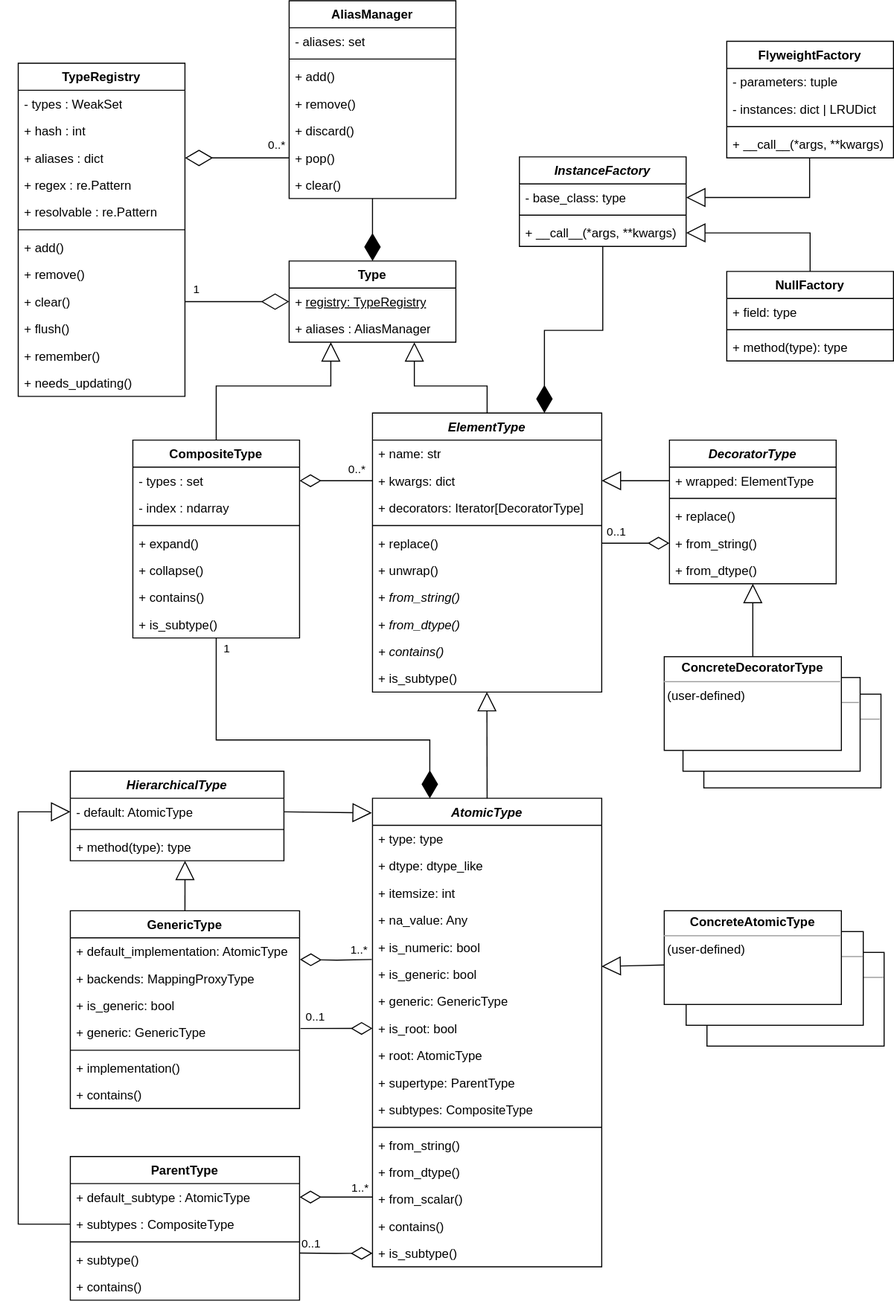
Earlier version of the draw.io export docs/source/images/types/Types_UML.svg (eerkela/bertrand). Source tidied: cells renumbered, new cells last; positions are measured from the earlier drawing's top-left corner, leaving out a move shared by most shapes.
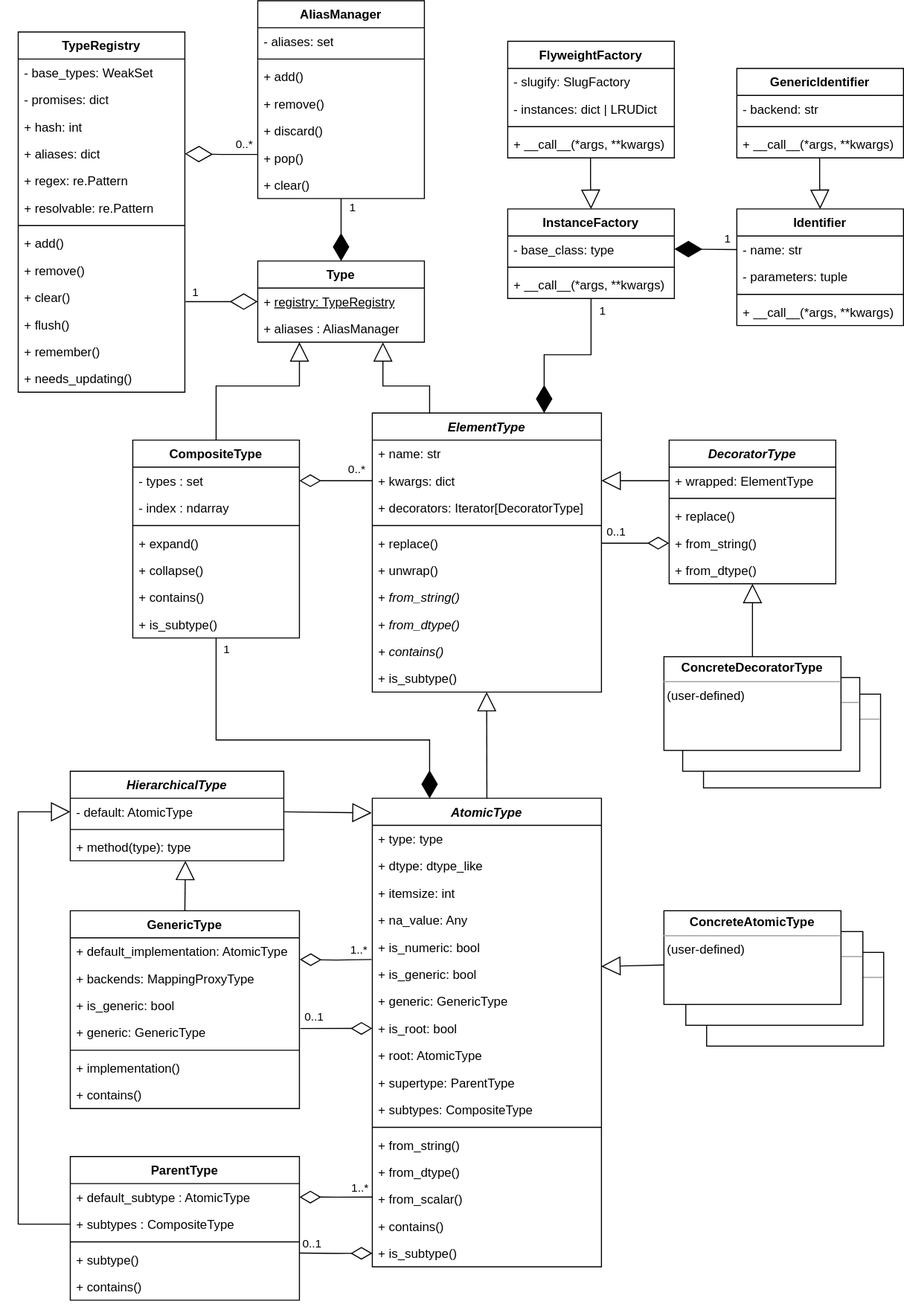
Above is the later version.

Change to the diagram source:
```diff
@@ -17,3 +17,3 @@
     <mxCell id="6" value="Type" style="swimlane;fontStyle=1;align=center;verticalAlign=top;horizontal=1;startSize=26;whiteSpace=wrap;html=1;swimlaneFillColor=none;" parent="1" vertex="1">
-      <mxGeometry x="260" y="250" width="160" height="78" as="geometry" />
+      <mxGeometry x="230" y="250" width="160" height="78" as="geometry" />
     </mxCell>
@@ -58,3 +58,3 @@
     </mxCell>
-    <mxCell id="20" style="endArrow=block;endSize=16;endFill=0;html=1;rounded=0;exitX=0.5;exitY=0;exitDx=0;exitDy=0;edgeStyle=elbowEdgeStyle;elbow=vertical;entryX=0.751;entryY=1.003;entryDx=0;entryDy=0;entryPerimeter=0;" parent="1" edge="1" source="9" target="8">
+    <mxCell id="20" style="endArrow=block;endSize=16;endFill=0;html=1;rounded=0;exitX=0.25;exitY=0;exitDx=0;exitDy=0;edgeStyle=elbowEdgeStyle;elbow=vertical;entryX=0.751;entryY=1.003;entryDx=0;entryDy=0;entryPerimeter=0;" parent="1" edge="1" source="9" target="8">
       <mxGeometry relative="1" as="geometry">
@@ -234,42 +234,45 @@
     <mxCell id="73" value="TypeRegistry" style="swimlane;fontStyle=1;align=center;verticalAlign=top;horizontal=1;startSize=26;whiteSpace=wrap;html=1;swimlaneFillColor=none;" parent="1" vertex="1">
-      <mxGeometry y="60" width="160" height="320" as="geometry" />
+      <mxGeometry y="30" width="160" height="346" as="geometry" />
     </mxCell>
-    <mxCell id="74" value="- types : WeakSet" style="text;strokeColor=none;fillColor=none;align=left;verticalAlign=top;spacingLeft=4;spacingRight=4;overflow=hidden;whiteSpace=wrap;html=1;" parent="73" vertex="1">
+    <mxCell id="74" value="- base_types: WeakSet" style="text;strokeColor=none;fillColor=none;align=left;verticalAlign=top;spacingLeft=4;spacingRight=4;overflow=hidden;whiteSpace=wrap;html=1;" parent="73" vertex="1">
       <mxGeometry y="26" width="160" height="26" as="geometry" />
     </mxCell>
+    <mxCell id="131" value="- promises: dict" style="text;strokeColor=none;fillColor=none;align=left;verticalAlign=top;spacingLeft=4;spacingRight=4;overflow=hidden;whiteSpace=wrap;html=1;" parent="73" vertex="1">
+      <mxGeometry y="52" width="160" height="26" as="geometry" />
+    </mxCell>
-    <mxCell id="75" value="+ hash : int" style="text;strokeColor=none;fillColor=none;align=left;verticalAlign=top;spacingLeft=4;spacingRight=4;overflow=hidden;whiteSpace=wrap;html=1;" parent="73" vertex="1">
-      <mxGeometry y="52" width="160" height="26" as="geometry" />
+    <mxCell id="75" value="+ hash: int" style="text;strokeColor=none;fillColor=none;align=left;verticalAlign=top;spacingLeft=4;spacingRight=4;overflow=hidden;whiteSpace=wrap;html=1;" parent="73" vertex="1">
+      <mxGeometry y="78" width="160" height="26" as="geometry" />
     </mxCell>
-    <mxCell id="76" value="+ aliases : dict" style="text;strokeColor=none;fillColor=none;align=left;verticalAlign=top;spacingLeft=4;spacingRight=4;overflow=hidden;points=[[0,0.5],[1,0.5]];portConstraint=eastwest;whiteSpace=wrap;html=1;" parent="73" vertex="1">
-      <mxGeometry y="78" width="160" height="26" as="geometry" />
+    <mxCell id="76" value="+ aliases: dict" style="text;strokeColor=none;fillColor=none;align=left;verticalAlign=top;spacingLeft=4;spacingRight=4;overflow=hidden;points=[[0,0.5],[1,0.5]];portConstraint=eastwest;whiteSpace=wrap;html=1;" parent="73" vertex="1">
+      <mxGeometry y="104" width="160" height="26" as="geometry" />
     </mxCell>
-    <mxCell id="77" value="+ regex : re.Pattern" style="text;strokeColor=none;fillColor=none;align=left;verticalAlign=top;spacingLeft=4;spacingRight=4;overflow=hidden;whiteSpace=wrap;html=1;" parent="73" vertex="1">
-      <mxGeometry y="104" width="160" height="26" as="geometry" />
+    <mxCell id="77" value="+ regex: re.Pattern" style="text;strokeColor=none;fillColor=none;align=left;verticalAlign=top;spacingLeft=4;spacingRight=4;overflow=hidden;whiteSpace=wrap;html=1;" parent="73" vertex="1">
+      <mxGeometry y="130" width="160" height="26" as="geometry" />
     </mxCell>
-    <mxCell id="78" value="+ resolvable : re.Pattern" style="text;strokeColor=none;fillColor=none;align=left;verticalAlign=top;spacingLeft=4;spacingRight=4;overflow=hidden;whiteSpace=wrap;html=1;" parent="73" vertex="1">
-      <mxGeometry y="130" width="160" height="26" as="geometry" />
+    <mxCell id="78" value="+ resolvable: re.Pattern" style="text;strokeColor=none;fillColor=none;align=left;verticalAlign=top;spacingLeft=4;spacingRight=4;overflow=hidden;whiteSpace=wrap;html=1;" parent="73" vertex="1">
+      <mxGeometry y="156" width="160" height="26" as="geometry" />
     </mxCell>
     <mxCell id="79" style="line;strokeWidth=1;fillColor=none;align=left;verticalAlign=middle;spacingTop=-1;spacingLeft=3;spacingRight=3;labelPosition=right;strokeColor=inherit;" parent="73" vertex="1">
-      <mxGeometry y="156" width="160" height="8" as="geometry" />
+      <mxGeometry y="182" width="160" height="8" as="geometry" />
     </mxCell>
     <mxCell id="80" value="+ add()" style="text;strokeColor=none;fillColor=none;align=left;verticalAlign=top;spacingLeft=4;spacingRight=4;overflow=hidden;whiteSpace=wrap;html=1;" parent="73" vertex="1">
-      <mxGeometry y="164" width="160" height="26" as="geometry" />
+      <mxGeometry y="190" width="160" height="26" as="geometry" />
     </mxCell>
     <mxCell id="81" value="+ remove()" style="text;strokeColor=none;fillColor=none;align=left;verticalAlign=top;spacingLeft=4;spacingRight=4;overflow=hidden;whiteSpace=wrap;html=1;" parent="73" vertex="1">
-      <mxGeometry y="190" width="160" height="26" as="geometry" />
+      <mxGeometry y="216" width="160" height="26" as="geometry" />
     </mxCell>
     <mxCell id="82" value="+ clear()" style="text;strokeColor=none;fillColor=none;align=left;verticalAlign=top;spacingLeft=4;spacingRight=4;overflow=hidden;points=[[0,0.5],[1,0.5]];portConstraint=eastwest;whiteSpace=wrap;html=1;" parent="73" vertex="1">
-      <mxGeometry y="216" width="160" height="26" as="geometry" />
+      <mxGeometry y="242" width="160" height="26" as="geometry" />
     </mxCell>
     <mxCell id="83" value="+ flush()" style="text;strokeColor=none;fillColor=none;align=left;verticalAlign=top;spacingLeft=4;spacingRight=4;overflow=hidden;whiteSpace=wrap;html=1;" parent="73" vertex="1">
-      <mxGeometry y="242" width="160" height="26" as="geometry" />
+      <mxGeometry y="268" width="160" height="26" as="geometry" />
     </mxCell>
     <mxCell id="84" value="+ remember()" style="text;strokeColor=none;fillColor=none;align=left;verticalAlign=top;spacingLeft=4;spacingRight=4;overflow=hidden;whiteSpace=wrap;html=1;" parent="73" vertex="1">
-      <mxGeometry y="268" width="160" height="26" as="geometry" />
+      <mxGeometry y="294" width="160" height="26" as="geometry" />
     </mxCell>
     <mxCell id="85" value="+ needs_updating()" style="text;strokeColor=none;fillColor=none;align=left;verticalAlign=top;spacingLeft=4;spacingRight=4;overflow=hidden;whiteSpace=wrap;html=1;" parent="73" vertex="1">
-      <mxGeometry y="294" width="160" height="26" as="geometry" />
+      <mxGeometry y="320" width="160" height="26" as="geometry" />
     </mxCell>
     <mxCell id="86" value="AliasManager" style="swimlane;fontStyle=1;align=center;verticalAlign=top;horizontal=1;startSize=26;whiteSpace=wrap;html=1;swimlaneFillColor=none;" parent="1" vertex="1">
-      <mxGeometry x="260" width="160" height="190" as="geometry" />
+      <mxGeometry x="230" width="160" height="190" as="geometry" />
     </mxCell>
@@ -296,3 +299,3 @@
     </mxCell>
-    <mxCell id="94" style="endArrow=diamondThin;endFill=0;endSize=24;html=1;rounded=0;entryX=0;entryY=0.5;entryDx=0;entryDy=0;exitX=1;exitY=0.5;exitDx=0;exitDy=0;" parent="1" edge="1" source="82" target="7">
+    <mxCell id="94" style="endArrow=diamondThin;endFill=0;endSize=24;html=1;rounded=0;entryX=0;entryY=0.5;entryDx=0;entryDy=0;exitX=1.004;exitY=0.653;exitDx=0;exitDy=0;exitPerimeter=0;" parent="1" edge="1" source="82" target="7">
       <mxGeometry relative="1" as="geometry" />
@@ -301,3 +304,3 @@
       <mxGeometry x="-0.34" relative="1" as="geometry">
-        <mxPoint x="-23" y="-13" as="offset" />
+        <mxPoint x="-14" y="-10" as="offset" />
       </mxGeometry>
@@ -307,3 +310,8 @@
     </mxCell>
+    <mxCell id="132" value="1" style="edgeLabel;html=1;align=center;verticalAlign=middle;" parent="96" vertex="1">
+      <mxGeometry x="-0.68" relative="1" as="geometry">
+        <mxPoint x="10" y="-1" as="offset" />
+      </mxGeometry>
+    </mxCell>
-    <mxCell id="97" style="endArrow=diamondThin;endFill=0;endSize=24;html=1;rounded=0;entryX=1;entryY=0.5;entryDx=0;entryDy=0;exitX=0;exitY=0.5;exitDx=0;exitDy=0;edgeStyle=elbowEdgeStyle;" parent="1" edge="1" source="92" target="76">
+    <mxCell id="97" style="endArrow=diamondThin;endFill=0;endSize=24;html=1;rounded=0;entryX=1;entryY=0.5;entryDx=0;entryDy=0;exitX=0;exitY=0.372;exitDx=0;exitDy=0;edgeStyle=elbowEdgeStyle;exitPerimeter=0;" parent="1" edge="1" source="92" target="76">
       <mxGeometry relative="1" as="geometry" />
@@ -312,3 +320,3 @@
       <mxGeometry x="-0.66" relative="1" as="geometry">
-        <mxPoint x="4" y="-13" as="offset" />
+        <mxPoint x="-2" y="-10" as="offset" />
       </mxGeometry>
@@ -373,4 +381,4 @@
     </mxCell>
-    <mxCell id="115" value="&lt;i&gt;InstanceFactory&lt;/i&gt;" style="swimlane;fontStyle=1;align=center;verticalAlign=top;horizontal=1;startSize=26;whiteSpace=wrap;html=1;" parent="1" vertex="1">
-      <mxGeometry x="481" y="150" width="160" height="86" as="geometry" />
+    <mxCell id="115" value="InstanceFactory" style="swimlane;fontStyle=1;align=center;verticalAlign=top;horizontal=1;startSize=26;whiteSpace=wrap;html=1;" parent="1" vertex="1">
+      <mxGeometry x="470" y="200" width="160" height="86" as="geometry" />
     </mxCell>
@@ -385,9 +393,18 @@
     </mxCell>
-    <mxCell id="119" style="endArrow=diamondThin;endFill=1;endSize=24;html=1;rounded=0;entryX=0.75;entryY=0;entryDx=0;entryDy=0;edgeStyle=elbowEdgeStyle;elbow=vertical;" parent="1" edge="1" source="118" target="9">
-      <mxGeometry relative="1" as="geometry" />
+    <mxCell id="119" style="endArrow=diamondThin;endFill=1;endSize=24;html=1;rounded=0;entryX=0.75;entryY=0;entryDx=0;entryDy=0;edgeStyle=elbowEdgeStyle;elbow=vertical;exitX=0.5;exitY=1;exitDx=0;exitDy=0;" parent="1" edge="1" source="115" target="9">
+      <mxGeometry relative="1" as="geometry">
+        <Array as="points">
+          <mxPoint x="500" y="340" />
+        </Array>
+      </mxGeometry>
     </mxCell>
+    <mxCell id="133" value="1" style="edgeLabel;html=1;align=center;verticalAlign=middle;" parent="119" vertex="1">
+      <mxGeometry x="-0.85" y="-1" relative="1" as="geometry">
+        <mxPoint x="11" as="offset" />
+      </mxGeometry>
+    </mxCell>
     <mxCell id="120" value="FlyweightFactory" style="swimlane;fontStyle=1;align=center;verticalAlign=top;horizontal=1;startSize=26;whiteSpace=wrap;html=1;" parent="1" vertex="1">
-      <mxGeometry x="680" y="39" width="160" height="112" as="geometry" />
+      <mxGeometry x="470" y="39" width="160" height="112" as="geometry" />
     </mxCell>
-    <mxCell id="121" value="- parameters: tuple" style="text;strokeColor=none;fillColor=none;align=left;verticalAlign=top;spacingLeft=4;spacingRight=4;overflow=hidden;whiteSpace=wrap;html=1;" parent="120" vertex="1">
+    <mxCell id="121" value="- slugify: SlugFactory" style="text;strokeColor=none;fillColor=none;align=left;verticalAlign=top;spacingLeft=4;spacingRight=4;overflow=hidden;whiteSpace=wrap;html=1;" parent="120" vertex="1">
       <mxGeometry y="26" width="160" height="26" as="geometry" />
@@ -403,28 +420,43 @@
     </mxCell>
-    <mxCell id="125" value="NullFactory" style="swimlane;fontStyle=1;align=center;verticalAlign=top;horizontal=1;startSize=26;whiteSpace=wrap;html=1;" parent="1" vertex="1">
-      <mxGeometry x="680" y="260" width="160" height="86" as="geometry" />
-    </mxCell>
-    <mxCell id="126" value="+ field: type" style="text;strokeColor=none;fillColor=none;align=left;verticalAlign=top;spacingLeft=4;spacingRight=4;overflow=hidden;whiteSpace=wrap;html=1;" parent="125" vertex="1">
-      <mxGeometry y="26" width="160" height="26" as="geometry" />
-    </mxCell>
+    <mxCell id="129" style="endArrow=block;endSize=16;endFill=0;html=1;rounded=0;exitX=0.497;exitY=1.008;exitDx=0;exitDy=0;edgeStyle=elbowEdgeStyle;elbow=vertical;entryX=0.5;entryY=0;entryDx=0;entryDy=0;exitPerimeter=0;" parent="1" edge="1" source="124" target="115">
+      <mxGeometry relative="1" as="geometry" />
+    </mxCell>
+    <mxCell id="134" value="Identifier" style="swimlane;fontStyle=1;align=center;verticalAlign=top;horizontal=1;startSize=26;whiteSpace=wrap;html=1;" parent="1" vertex="1">
+      <mxGeometry x="690" y="200" width="160" height="112" as="geometry" />
+    </mxCell>
+    <mxCell id="135" value="- name: str" style="text;strokeColor=none;fillColor=none;align=left;verticalAlign=top;spacingLeft=4;spacingRight=4;overflow=hidden;points=[[0,0.5],[1,0.5]];portConstraint=eastwest;whiteSpace=wrap;html=1;" parent="134" vertex="1">
+      <mxGeometry y="26" width="160" height="26" as="geometry" />
+    </mxCell>
+    <mxCell id="136" value="- parameters: tuple" style="text;strokeColor=none;fillColor=none;align=left;verticalAlign=top;spacingLeft=4;spacingRight=4;overflow=hidden;whiteSpace=wrap;html=1;" parent="134" vertex="1">
+      <mxGeometry y="52" width="160" height="26" as="geometry" />
+    </mxCell>
+    <mxCell id="137" style="line;strokeWidth=1;fillColor=none;align=left;verticalAlign=middle;spacingTop=-1;spacingLeft=3;spacingRight=3;labelPosition=right;strokeColor=inherit;" parent="134" vertex="1">
+      <mxGeometry y="78" width="160" height="8" as="geometry" />
+    </mxCell>
+    <mxCell id="138" value="+ __call__(*args, **kwargs)" style="text;strokeColor=none;fillColor=none;align=left;verticalAlign=top;spacingLeft=4;spacingRight=4;overflow=hidden;whiteSpace=wrap;html=1;" parent="134" vertex="1">
+      <mxGeometry y="86" width="160" height="26" as="geometry" />
+    </mxCell>
+    <mxCell id="139" value="GenericIdentifier" style="swimlane;fontStyle=1;align=center;verticalAlign=top;horizontal=1;startSize=26;whiteSpace=wrap;html=1;" parent="1" vertex="1">
+      <mxGeometry x="690" y="65" width="160" height="86" as="geometry" />
+    </mxCell>
+    <mxCell id="140" value="- backend: str" style="text;strokeColor=none;fillColor=none;align=left;verticalAlign=top;spacingLeft=4;spacingRight=4;overflow=hidden;whiteSpace=wrap;html=1;" parent="139" vertex="1">
+      <mxGeometry y="26" width="160" height="26" as="geometry" />
+    </mxCell>
-    <mxCell id="127" style="line;strokeWidth=1;fillColor=none;align=left;verticalAlign=middle;spacingTop=-1;spacingLeft=3;spacingRight=3;labelPosition=right;strokeColor=inherit;" parent="125" vertex="1">
+    <mxCell id="127" style="line;strokeWidth=1;fillColor=none;align=left;verticalAlign=middle;spacingTop=-1;spacingLeft=3;spacingRight=3;labelPosition=right;strokeColor=inherit;" parent="139" vertex="1">
       <mxGeometry y="52" width="160" height="8" as="geometry" />
     </mxCell>
-    <mxCell id="128" value="+ method(type): type" style="text;strokeColor=none;fillColor=none;align=left;verticalAlign=top;spacingLeft=4;spacingRight=4;overflow=hidden;whiteSpace=wrap;html=1;" parent="125" vertex="1">
-      <mxGeometry y="60" width="160" height="26" as="geometry" />
-    </mxCell>
-    <mxCell id="129" style="endArrow=block;endSize=16;endFill=0;html=1;rounded=0;exitX=0.497;exitY=1.008;exitDx=0;exitDy=0;edgeStyle=elbowEdgeStyle;elbow=vertical;entryX=1;entryY=0.5;entryDx=0;entryDy=0;exitPerimeter=0;" parent="1" edge="1" source="124" target="116">
-      <mxGeometry relative="1" as="geometry">
-        <Array as="points">
-          <mxPoint x="700" y="189" />
-        </Array>
-      </mxGeometry>
-    </mxCell>
-    <mxCell id="130" style="endArrow=block;endSize=16;endFill=0;html=1;rounded=0;exitX=0.5;exitY=0;exitDx=0;exitDy=0;edgeStyle=elbowEdgeStyle;elbow=vertical;entryX=1;entryY=0.5;entryDx=0;entryDy=0;" parent="1" edge="1" source="125" target="118">
-      <mxGeometry relative="1" as="geometry">
-        <Array as="points">
-          <mxPoint x="700" y="223" />
-        </Array>
-      </mxGeometry>
-    </mxCell>
+    <mxCell id="141" value="+ __call__(*args, **kwargs)" style="text;strokeColor=none;fillColor=none;align=left;verticalAlign=top;spacingLeft=4;spacingRight=4;overflow=hidden;points=[[0,0.5],[1,0.5]];portConstraint=eastwest;whiteSpace=wrap;html=1;" parent="139" vertex="1">
+      <mxGeometry y="60" width="160" height="26" as="geometry" />
+    </mxCell>
+    <mxCell id="142" style="endArrow=block;endSize=16;endFill=0;html=1;rounded=0;exitX=0.497;exitY=1.008;exitDx=0;exitDy=0;edgeStyle=elbowEdgeStyle;elbow=vertical;entryX=0.5;entryY=0;entryDx=0;entryDy=0;exitPerimeter=0;" parent="1" edge="1" source="141" target="134">
+      <mxGeometry relative="1" as="geometry" />
+    </mxCell>
+    <mxCell id="143" style="endArrow=diamondThin;endFill=1;endSize=24;html=1;rounded=0;entryX=1;entryY=0.5;entryDx=0;entryDy=0;exitX=0;exitY=0.5;exitDx=0;exitDy=0;edgeStyle=elbowEdgeStyle;elbow=vertical;" parent="1" edge="1" source="135" target="116">
+      <mxGeometry relative="1" as="geometry" />
+    </mxCell>
+    <mxCell id="144" value="1" style="edgeLabel;html=1;align=center;verticalAlign=middle;" parent="143" vertex="1">
+      <mxGeometry x="-0.6" y="2" relative="1" as="geometry">
+        <mxPoint x="2" y="-12" as="offset" />
+      </mxGeometry>
+    </mxCell>
   </root>
```
